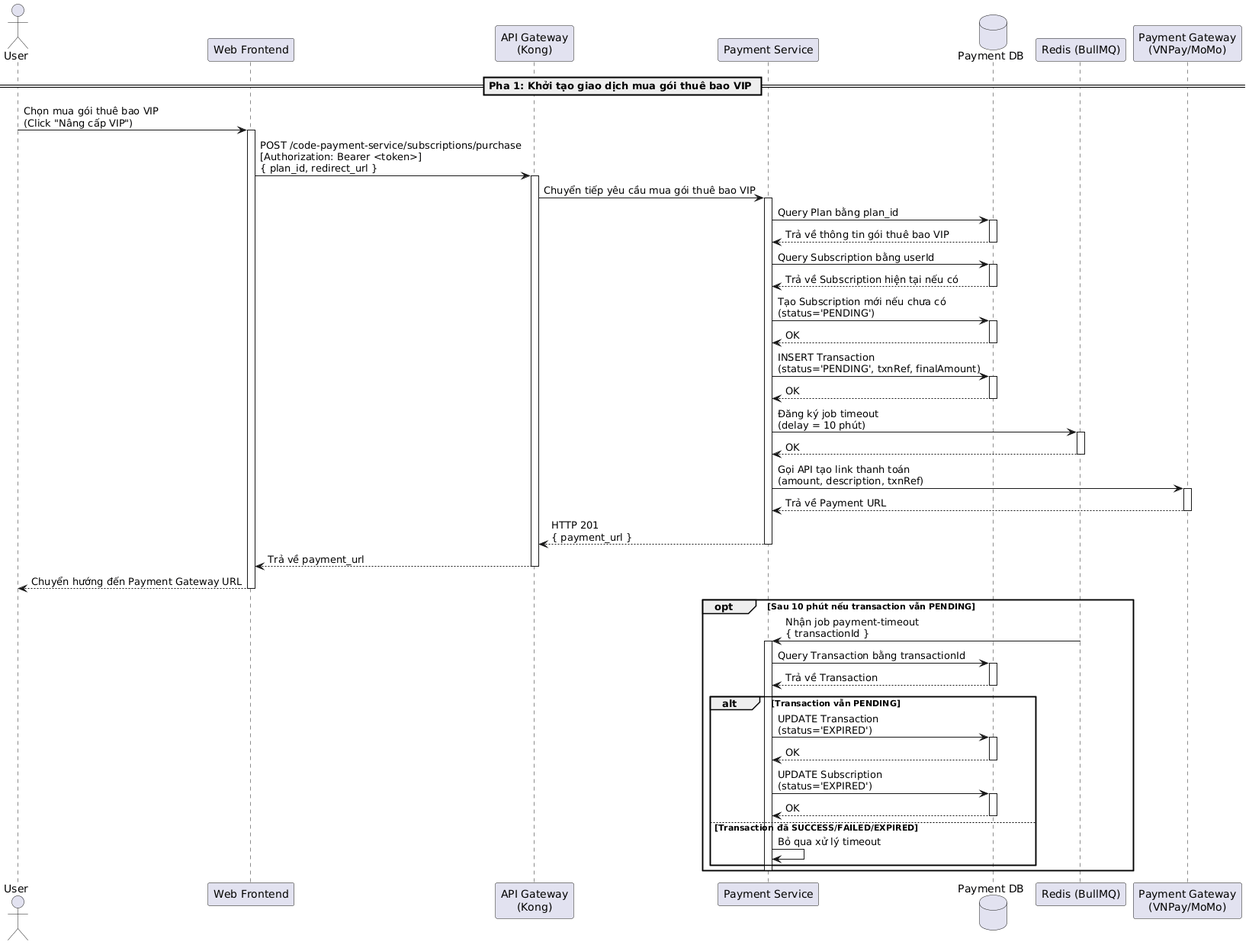
The PlantUML diagram temp/05-sequence/UML-Sequence-29.png in 20206205Tech/docs-uml, before a commit.
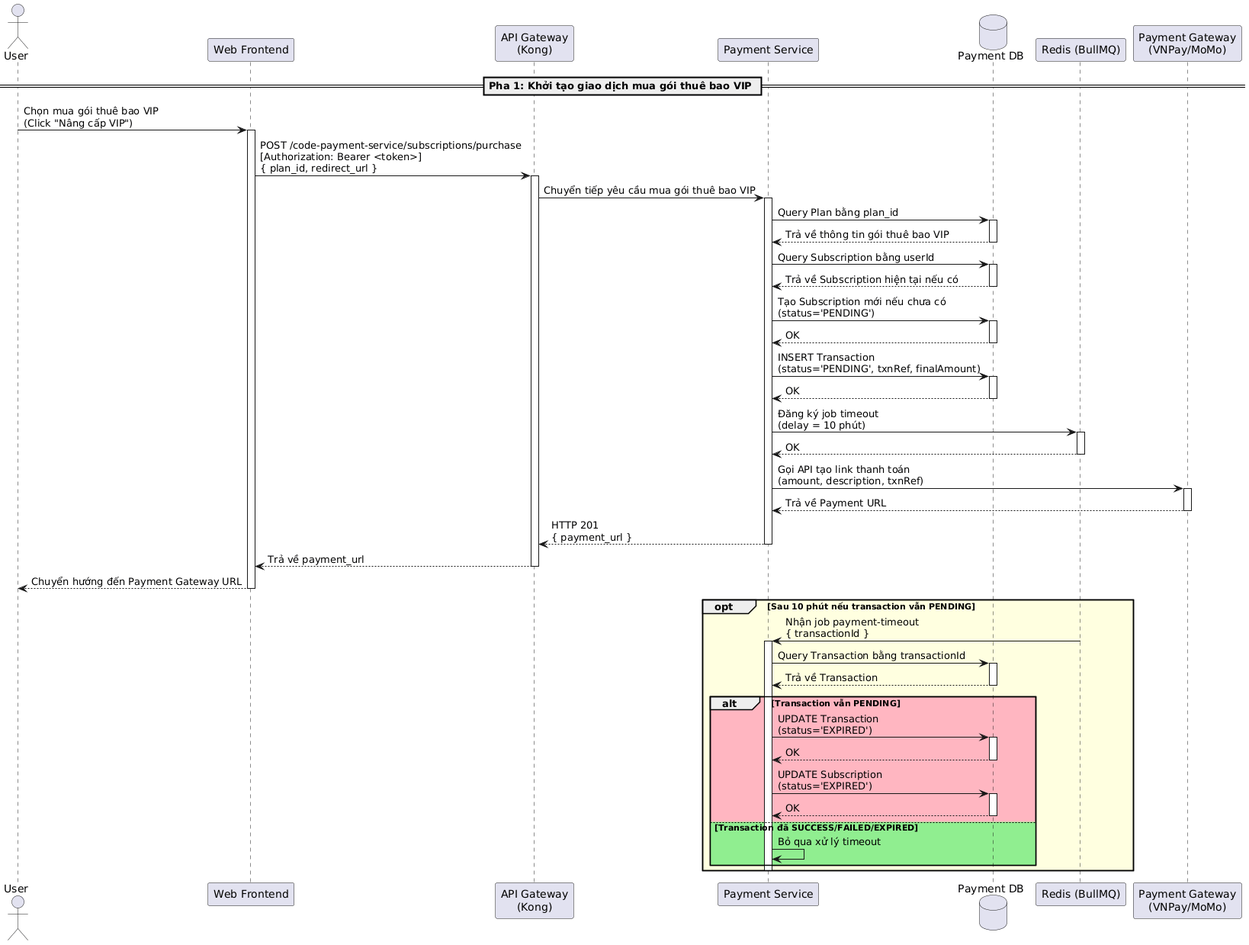
The same diagram one commit later.

Diff of the diagram source:
```diff
@@ -53,7 +53,7 @@
 Frontend --> User: Chuyển hướng đến Payment Gateway URL
 deactivate Frontend
 
-opt Sau 10 phút nếu transaction vẫn PENDING
+opt #LightYellow Sau 10 phút nếu transaction vẫn PENDING
 Redis -> PaymentService: Nhận job payment-timeout\n{ transactionId }
 activate PaymentService
 PaymentService -> DB: Query Transaction bằng transactionId
@@ -61,7 +61,7 @@
 DB --> PaymentService: Trả về Transaction
 deactivate DB
 
-alt Transaction vẫn PENDING
+alt #LightPink Transaction vẫn PENDING
 PaymentService -> DB: UPDATE Transaction\n(status='EXPIRED')
 activate DB
 DB --> PaymentService: OK
@@ -70,7 +70,7 @@
 activate DB
 DB --> PaymentService: OK
 deactivate DB
-else Transaction đã SUCCESS/FAILED/EXPIRED
+else #LightGreen Transaction đã SUCCESS/FAILED/EXPIRED
 PaymentService -> PaymentService: Bỏ qua xử lý timeout
 end
 deactivate PaymentService
```
